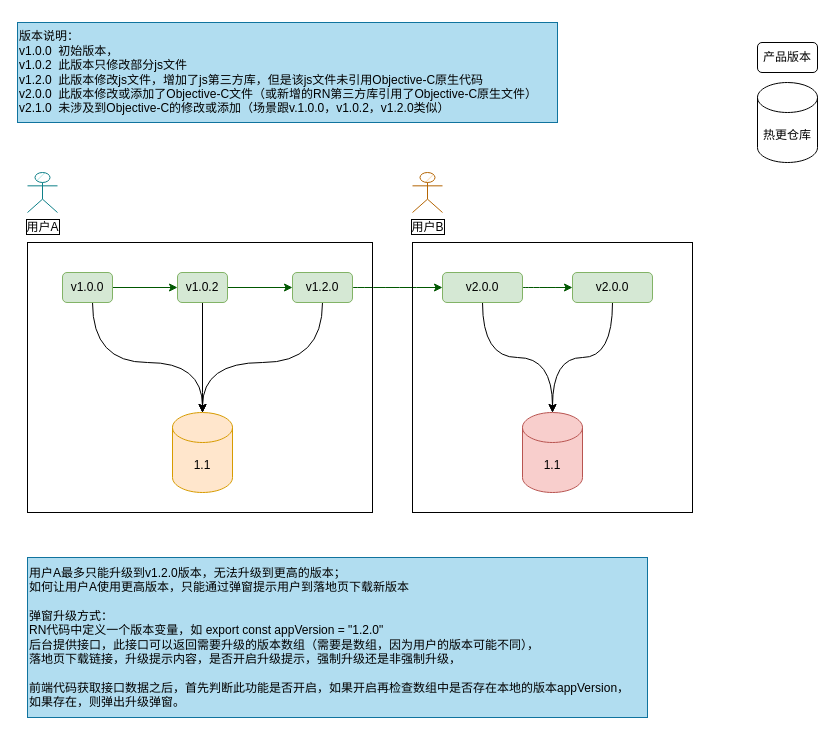
Earlier version of the draw.io diagram Untitled Diagram.drawio (weekfox/temp-design). Source tidied: cells renumbered, new cells numbered last; positions are measured from the earlier drawing's top-left corner, leaving out a move shared by most shapes. Both pictures are drawn from the tidied source at 100%, with x=0, y=0 at pixel (17, 22).
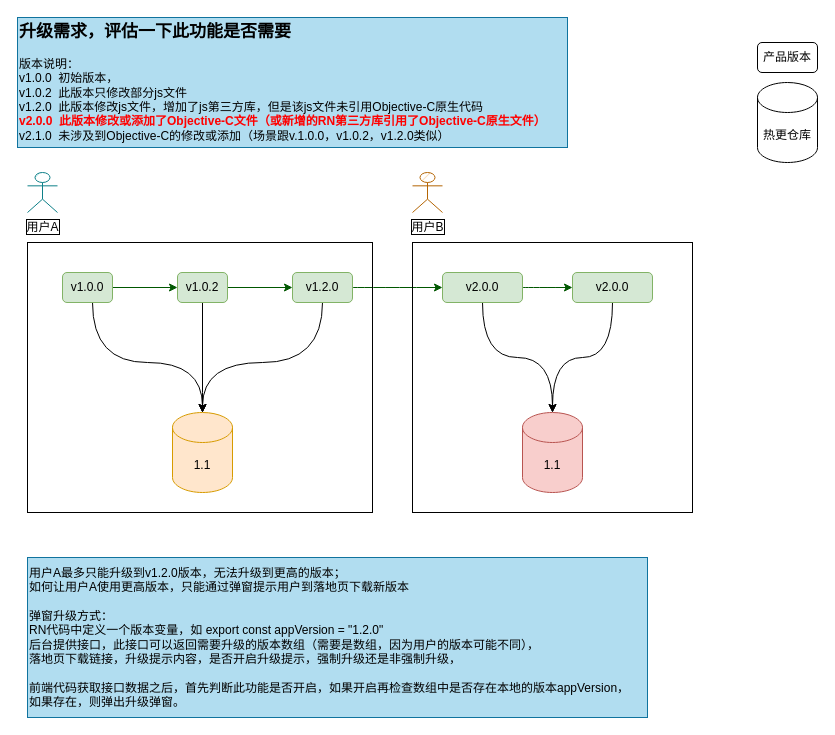
The same page after the edit.

What changed in the source:
```diff
@@
-    <mxCell id="14" value="版本说明：&lt;br&gt;v1.0.0&amp;nbsp; 初始版本，&lt;br&gt;v1.0.2&amp;nbsp; 此版本只修改部分js文件&lt;br&gt;v1.2.0&amp;nbsp; 此版本修改js文件，增加了js第三方库，但是该js文件未引用Objective-C原生代码&lt;br&gt;v2.0.0&amp;nbsp; 此版本修改或添加了Objective-C文件（或新增的RN第三方库引用了Objective-C原生文件）&lt;br&gt;v2.1.0&amp;nbsp; 未涉及到Objective-C的修改或添加（场景跟v.1.0.0，v1.0.2，v1.2.0类似）" style="text;html=1;align=left;verticalAlign=middle;strokeColor=#10739e;fillColor=#b1ddf0;" parent="1" vertex="1">
-      <mxGeometry width="540" height="100" as="geometry" />
+    <mxCell id="14" value="&lt;b&gt;&lt;font style=&quot;font-size: 17px;&quot;&gt;升级需求，评估一下此功能是否需要&lt;/font&gt;&lt;/b&gt;&lt;br&gt;&lt;br&gt;版本说明：&lt;br&gt;v1.0.0&amp;nbsp; 初始版本，&lt;br&gt;v1.0.2&amp;nbsp; 此版本只修改部分js文件&lt;br&gt;v1.2.0&amp;nbsp; 此版本修改js文件，增加了js第三方库，但是该js文件未引用Objective-C原生代码&lt;br&gt;&lt;b&gt;&lt;font color=&quot;#ff0000&quot;&gt;v2.0.0&amp;nbsp; 此版本修改或添加了Objective-C文件（或新增的RN第三方库引用了Objective-C原生文件）&lt;br&gt;&lt;/font&gt;&lt;/b&gt;v2.1.0&amp;nbsp; 未涉及到Objective-C的修改或添加（场景跟v.1.0.0，v1.0.2，v1.2.0类似）" style="text;html=1;align=left;verticalAlign=middle;strokeColor=#10739e;fillColor=#b1ddf0;" parent="1" vertex="1">
+      <mxGeometry y="-5" width="550" height="130" as="geometry" />
     </mxCell>
```
